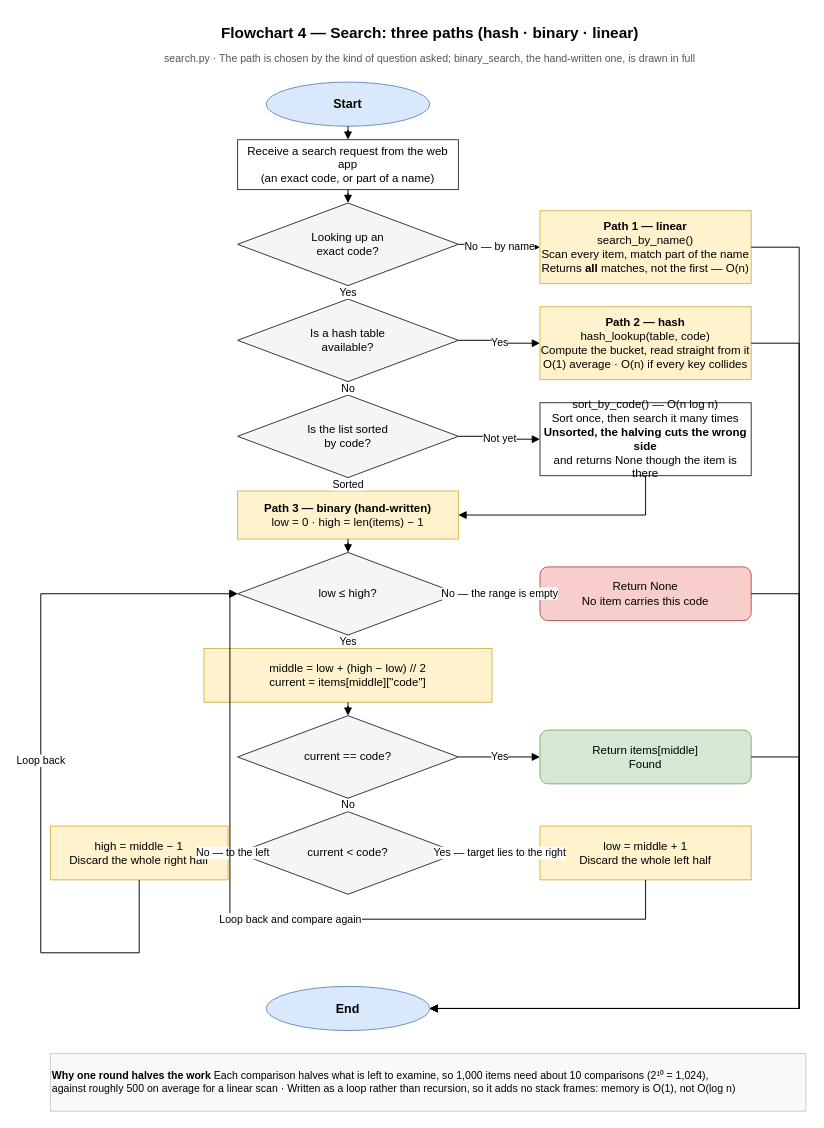
Before: docs/data-course/flowcharts/flow_neo_4_search_eng.drawio in S-Nithit/LEBIS-Project, a draw.io diagram. Source tidied: cells renumbered, new cells numbered last; positions are measured from the earlier drawing's top-left corner, leaving out a move shared by most shapes. Both pictures are drawn from the tidied source at 96%, with x=0, y=0 at pixel (40, 16).
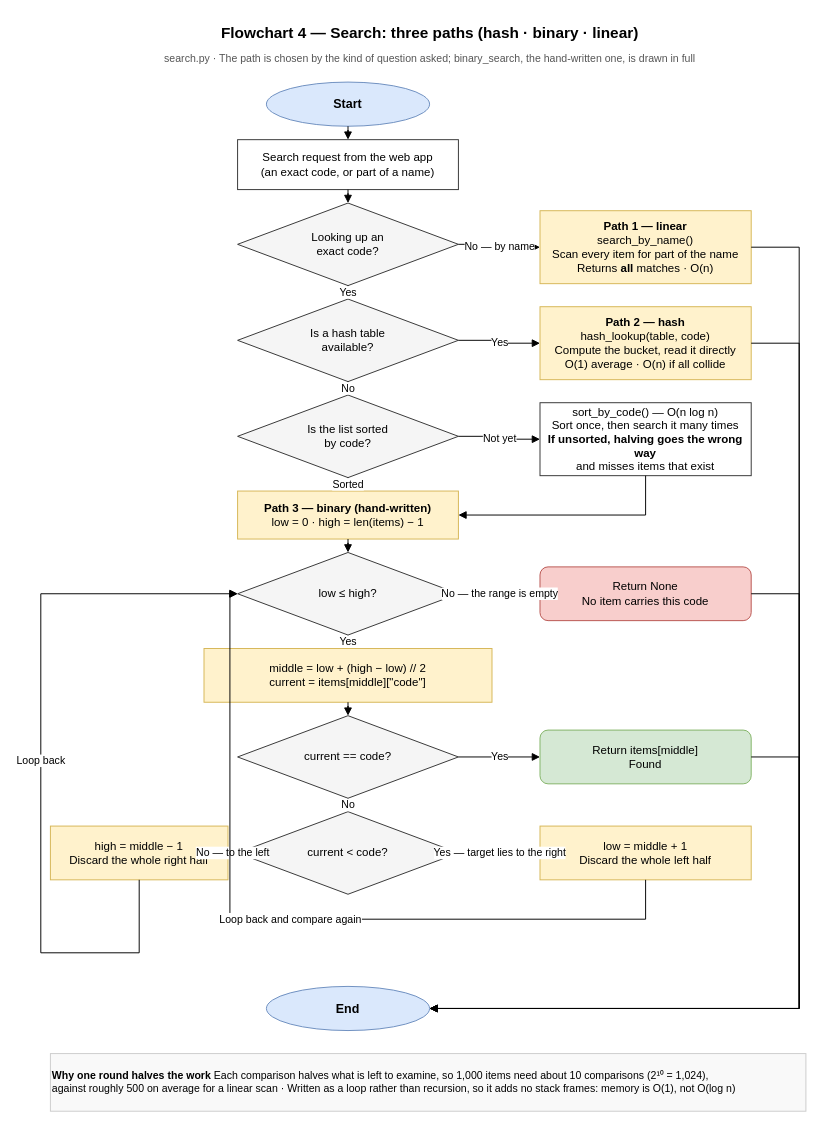
The same page after the edit.

The edit, as a diff of the source:
```diff
@@
-    <mxCell id="5" value="Receive a search request from the web app&lt;br&gt;(an exact code, or part of a name)" style="rounded=0;whiteSpace=wrap;html=1;fillColor=#ffffff;strokeColor=#333333;fontSize=12;" parent="1" vertex="1">
+    <mxCell id="5" value="Search request from the web app&lt;br&gt;(an exact code, or part of a name)" style="rounded=0;whiteSpace=wrap;html=1;fillColor=#ffffff;strokeColor=#333333;fontSize=12;" parent="1" vertex="1">
       <mxGeometry x="205" y="128" width="230" height="52" as="geometry" />
     </mxCell>
@@
-    <mxCell id="7" value="&lt;b&gt;Path 1 — linear&lt;/b&gt;&lt;br&gt;search_by_name()&lt;br&gt;Scan every item, match part of the name&lt;br&gt;Returns &lt;b&gt;all&lt;/b&gt; matches, not the first — O(n)" style="rounded=0;whiteSpace=wrap;html=1;fillColor=#fff2cc;strokeColor=#d6b656;fontSize=12;" parent="1" vertex="1">
+    <mxCell id="7" value="&lt;b&gt;Path 1 — linear&lt;/b&gt;&lt;br&gt;search_by_name()&lt;br&gt;Scan every item for part of the name&lt;br&gt;Returns &lt;b&gt;all&lt;/b&gt; matches · O(n)" style="rounded=0;whiteSpace=wrap;html=1;fillColor=#fff2cc;strokeColor=#d6b656;fontSize=12;" parent="1" vertex="1">
       <mxGeometry x="520" y="202" width="220" height="76" as="geometry" />
     </mxCell>
@@
-    <mxCell id="9" value="&lt;b&gt;Path 2 — hash&lt;/b&gt;&lt;br&gt;hash_lookup(table, code)&lt;br&gt;Compute the bucket, read straight from it&lt;br&gt;O(1) average · O(n) if every key collides" style="rounded=0;whiteSpace=wrap;html=1;fillColor=#fff2cc;strokeColor=#d6b656;fontSize=12;" parent="1" vertex="1">
+    <mxCell id="9" value="&lt;b&gt;Path 2 — hash&lt;/b&gt;&lt;br&gt;hash_lookup(table, code)&lt;br&gt;Compute the bucket, read it directly&lt;br&gt;O(1) average · O(n) if all collide" style="rounded=0;whiteSpace=wrap;html=1;fillColor=#fff2cc;strokeColor=#d6b656;fontSize=12;" parent="1" vertex="1">
       <mxGeometry x="520" y="302" width="220" height="76" as="geometry" />
     </mxCell>
@@
-    <mxCell id="11" value="sort_by_code() — O(n log n)&lt;br&gt;Sort once, then search it many times&lt;br&gt;&lt;b&gt;Unsorted, the halving cuts the wrong side&lt;/b&gt;&lt;br&gt;and returns None though the item is there" style="rounded=0;whiteSpace=wrap;html=1;fillColor=#ffffff;strokeColor=#333333;fontSize=12;" parent="1" vertex="1">
+    <mxCell id="11" value="sort_by_code() — O(n log n)&lt;br&gt;Sort once, then search it many times&lt;br&gt;&lt;b&gt;If unsorted, halving goes the wrong way&lt;/b&gt;&lt;br&gt;and misses items that exist" style="rounded=0;whiteSpace=wrap;html=1;fillColor=#ffffff;strokeColor=#333333;fontSize=12;" parent="1" vertex="1">
       <mxGeometry x="520" y="402" width="220" height="76" as="geometry" />
     </mxCell>
```
